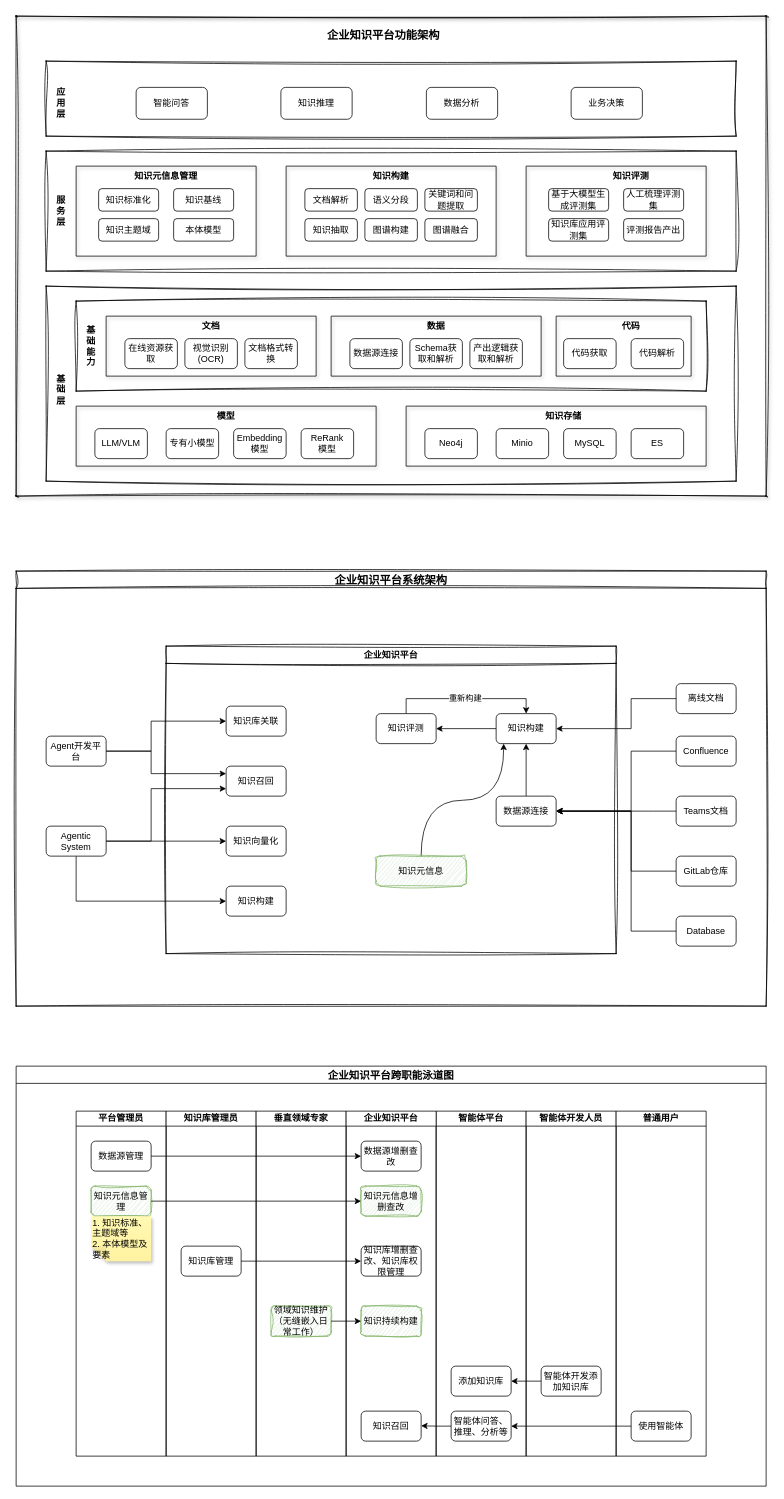
hlld3344/diagrams keeps this draw.io diagram as page "平台整体设计" (1 of 2) of biz_flow/企业知识平台设计.drawio. Above is the earlier version. Source tidied: cells renumbered, new cells numbered last; positions are measured from the earlier drawing's top-left corner, leaving out a move shared by most shapes. Both pictures are drawn from the tidied source at 75%, with x=0, y=0 at pixel (16, 16).
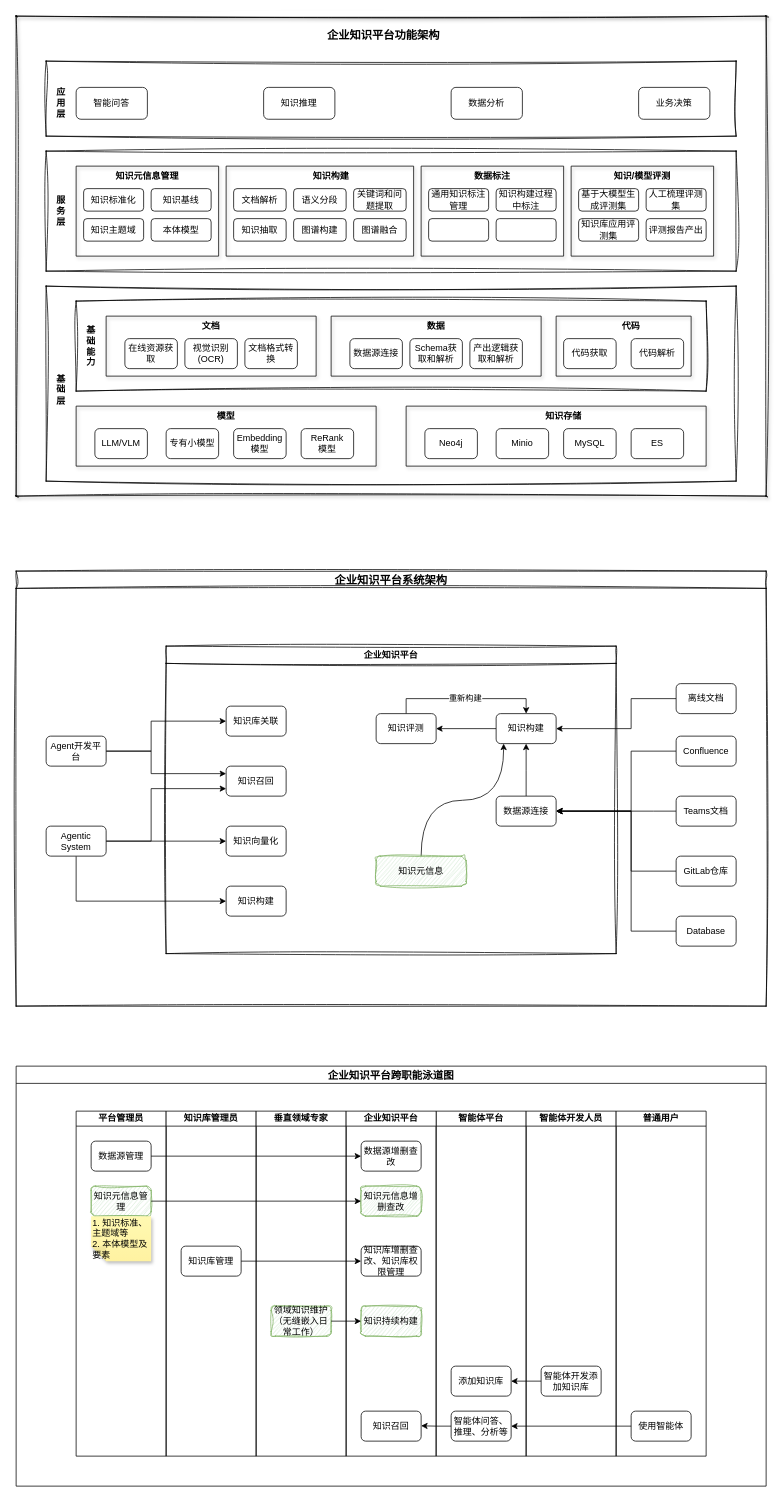
The same diagram, later.

The change refers to these unchanged cells:
```xml
<mxCell id="33" style="swimlane;startSize=0;sketch=1;curveFitting=1;jiggle=2;" parent="2" vertex="1">
  <mxGeometry x="40" y="180" width="920" height="160" as="geometry" />
</mxCell>
<mxCell id="55" style="swimlane;startSize=0;sketch=1;curveFitting=1;jiggle=2;" parent="2" vertex="1">
  <mxGeometry x="40" y="60" width="920" height="100" as="geometry" />
</mxCell>
```

What changed in the source:
```diff
@@
     <mxCell id="35" style="swimlane;startSize=0;shadow=1;" parent="33" vertex="1">
-      <mxGeometry x="320" y="20" width="280" height="120" as="geometry" />
+      <mxGeometry x="240" y="20" width="250" height="120" as="geometry" />
     </mxCell>
     <mxCell id="36" value="文档解析" style="rounded=1;whiteSpace=wrap;html=1;" parent="35" vertex="1">
-      <mxGeometry x="25" y="30" width="70" height="30" as="geometry" />
+      <mxGeometry x="10" y="30" width="70" height="30" as="geometry" />
     </mxCell>
     <mxCell id="37" value="语义分段" style="rounded=1;whiteSpace=wrap;html=1;" parent="35" vertex="1">
-      <mxGeometry x="105" y="30" width="70" height="30" as="geometry" />
+      <mxGeometry x="90" y="30" width="70" height="30" as="geometry" />
     </mxCell>
     <mxCell id="38" value="关键词和问题提取" style="rounded=1;whiteSpace=wrap;html=1;" parent="35" vertex="1">
-      <mxGeometry x="185" y="30" width="70" height="30" as="geometry" />
+      <mxGeometry x="170" y="30" width="70" height="30" as="geometry" />
     </mxCell>
@@
     <mxCell id="40" value="图谱构建" style="rounded=1;whiteSpace=wrap;html=1;" parent="35" vertex="1">
-      <mxGeometry x="105" y="70" width="70" height="30" as="geometry" />
+      <mxGeometry x="90" y="70" width="70" height="30" as="geometry" />
     </mxCell>
     <mxCell id="41" value="图谱融合" style="rounded=1;whiteSpace=wrap;html=1;" parent="35" vertex="1">
-      <mxGeometry x="185" y="70" width="70" height="30" as="geometry" />
+      <mxGeometry x="170" y="70" width="70" height="30" as="geometry" />
     </mxCell>
     <mxCell id="42" value="知识抽取" style="rounded=1;whiteSpace=wrap;html=1;" parent="35" vertex="1">
-      <mxGeometry x="25" y="70" width="70" height="30" as="geometry" />
+      <mxGeometry x="10" y="70" width="70" height="30" as="geometry" />
     </mxCell>
     <mxCell id="43" style="swimlane;startSize=0;shadow=1;" parent="33" vertex="1">
-      <mxGeometry x="640" y="20" width="240" height="120" as="geometry" />
+      <mxGeometry x="500" y="20" width="190" height="120" as="geometry" />
     </mxCell>
-    <mxCell id="44" value="基于大模型生成评测集" style="rounded=1;whiteSpace=wrap;html=1;" parent="43" vertex="1">
-      <mxGeometry x="30" y="30" width="80" height="30" as="geometry" />
+    <mxCell id="44" value="通用知识标注管理" style="rounded=1;whiteSpace=wrap;html=1;" parent="43" vertex="1">
+      <mxGeometry x="10" y="30" width="80" height="30" as="geometry" />
     </mxCell>
-    <mxCell id="45" value="人工梳理评测集" style="rounded=1;whiteSpace=wrap;html=1;" parent="43" vertex="1">
-      <mxGeometry x="130" y="30" width="80" height="30" as="geometry" />
+    <mxCell id="45" value="知识构建过程中标注" style="rounded=1;whiteSpace=wrap;html=1;" parent="43" vertex="1">
+      <mxGeometry x="100" y="30" width="80" height="30" as="geometry" />
     </mxCell>
-    <mxCell id="46" value="&lt;b&gt;知识评测&lt;/b&gt;" style="text;html=1;align=center;verticalAlign=middle;whiteSpace=wrap;rounded=0;" parent="43" vertex="1">
-      <mxGeometry x="110" width="60" height="25" as="geometry" />
+    <mxCell id="46" value="&lt;b&gt;数据标注&lt;/b&gt;" style="text;html=1;align=center;verticalAlign=middle;whiteSpace=wrap;rounded=0;" parent="43" vertex="1">
+      <mxGeometry x="65" width="60" height="25" as="geometry" />
     </mxCell>
-    <mxCell id="47" value="知识库应用评测集" style="rounded=1;whiteSpace=wrap;html=1;" parent="43" vertex="1">
-      <mxGeometry x="30" y="70" width="80" height="30" as="geometry" />
+    <mxCell id="47" style="rounded=1;whiteSpace=wrap;html=1;" parent="43" vertex="1">
+      <mxGeometry x="10" y="70" width="80" height="30" as="geometry" />
     </mxCell>
-    <mxCell id="48" value="评测报告产出" style="rounded=1;whiteSpace=wrap;html=1;" parent="43" vertex="1">
-      <mxGeometry x="130" y="70" width="80" height="30" as="geometry" />
+    <mxCell id="48" style="rounded=1;whiteSpace=wrap;html=1;" parent="43" vertex="1">
+      <mxGeometry x="100" y="70" width="80" height="30" as="geometry" />
     </mxCell>
     <mxCell id="49" style="swimlane;startSize=0;shadow=1;" parent="33" vertex="1">
-      <mxGeometry x="40" y="20" width="240" height="120" as="geometry" />
+      <mxGeometry x="40" y="20" width="190" height="120" as="geometry" />
     </mxCell>
     <mxCell id="50" value="知识基线" style="rounded=1;whiteSpace=wrap;html=1;" parent="49" vertex="1">
-      <mxGeometry x="130" y="30" width="80" height="30" as="geometry" />
+      <mxGeometry x="100" y="30" width="80" height="30" as="geometry" />
     </mxCell>
     <mxCell id="51" value="&lt;b&gt;知识元信息管理&lt;/b&gt;" style="text;html=1;align=center;verticalAlign=middle;whiteSpace=wrap;rounded=0;" parent="49" vertex="1">
-      <mxGeometry x="75" width="90" height="25" as="geometry" />
+      <mxGeometry x="50" width="90" height="25" as="geometry" />
     </mxCell>
     <mxCell id="52" value="本体模型" style="rounded=1;whiteSpace=wrap;html=1;" parent="49" vertex="1">
-      <mxGeometry x="130" y="70" width="80" height="30" as="geometry" />
+      <mxGeometry x="100" y="70" width="80" height="30" as="geometry" />
     </mxCell>
     <mxCell id="53" value="知识标准化" style="rounded=1;whiteSpace=wrap;html=1;" parent="49" vertex="1">
-      <mxGeometry x="30" y="30" width="80" height="30" as="geometry" />
+      <mxGeometry x="10" y="30" width="80" height="30" as="geometry" />
     </mxCell>
     <mxCell id="54" value="知识主题域" style="rounded=1;whiteSpace=wrap;html=1;" parent="49" vertex="1">
-      <mxGeometry x="30" y="70" width="80" height="30" as="geometry" />
+      <mxGeometry x="10" y="70" width="80" height="30" as="geometry" />
     </mxCell>
+    <mxCell id="124" style="swimlane;startSize=0;shadow=1;" parent="33" vertex="1">
+      <mxGeometry x="700" y="20" width="190" height="120" as="geometry" />
+    </mxCell>
+    <mxCell id="125" value="基于大模型生成评测集" style="rounded=1;whiteSpace=wrap;html=1;" parent="124" vertex="1">
+      <mxGeometry x="10" y="30" width="80" height="30" as="geometry" />
+    </mxCell>
+    <mxCell id="126" value="人工梳理评测集" style="rounded=1;whiteSpace=wrap;html=1;" parent="124" vertex="1">
+      <mxGeometry x="100" y="30" width="80" height="30" as="geometry" />
+    </mxCell>
+    <mxCell id="127" value="&lt;b&gt;知识/模型评测&lt;/b&gt;" style="text;html=1;align=center;verticalAlign=middle;whiteSpace=wrap;rounded=0;" parent="124" vertex="1">
+      <mxGeometry x="50" width="90" height="25" as="geometry" />
+    </mxCell>
+    <mxCell id="128" value="知识库应用评测集" style="rounded=1;whiteSpace=wrap;html=1;" parent="124" vertex="1">
+      <mxGeometry x="10" y="70" width="80" height="30" as="geometry" />
+    </mxCell>
+    <mxCell id="129" value="评测报告产出" style="rounded=1;whiteSpace=wrap;html=1;" parent="124" vertex="1">
+      <mxGeometry x="100" y="70" width="80" height="30" as="geometry" />
+    </mxCell>
@@
     <mxCell id="57" value="智能问答" style="rounded=1;whiteSpace=wrap;html=1;" parent="55" vertex="1">
-      <mxGeometry x="120" y="35" width="95" height="42.5" as="geometry" />
+      <mxGeometry x="40" y="35" width="95" height="42.5" as="geometry" />
     </mxCell>
     <mxCell id="58" value="知识推理" style="rounded=1;whiteSpace=wrap;html=1;" parent="55" vertex="1">
-      <mxGeometry x="313" y="35" width="95" height="42.5" as="geometry" />
+      <mxGeometry x="290" y="35" width="95" height="42.5" as="geometry" />
     </mxCell>
     <mxCell id="59" value="业务决策" style="rounded=1;whiteSpace=wrap;html=1;" parent="55" vertex="1">
-      <mxGeometry x="700" y="35" width="95" height="42.5" as="geometry" />
+      <mxGeometry x="790" y="35" width="95" height="42.5" as="geometry" />
     </mxCell>
     <mxCell id="60" value="数据分析" style="rounded=1;whiteSpace=wrap;html=1;" parent="55" vertex="1">
-      <mxGeometry x="507" y="35" width="95" height="42.5" as="geometry" />
+      <mxGeometry x="540" y="35" width="95" height="42.5" as="geometry" />
     </mxCell>
```
